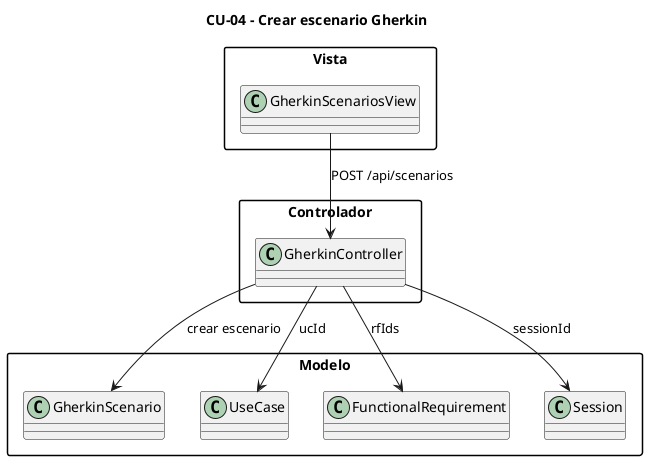
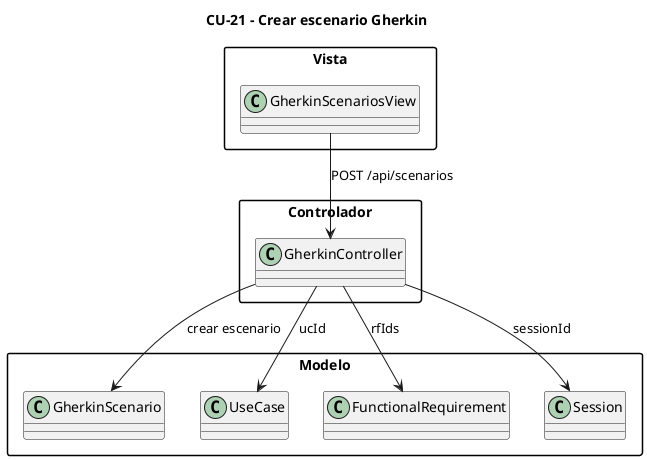
@startuml
skinparam packageStyle rectangle
skinparam shadowing false
skinparam classAttributeIconSize 0

- title CU-04 - Crear escenario Gherkin
+ title CU-21 - Crear escenario Gherkin

package "Vista" {
  class GherkinScenariosView
}

package "Controlador" {
  class GherkinController
}

package "Modelo" {
  class GherkinScenario
  class UseCase
  class FunctionalRequirement
  class Session
}

GherkinScenariosView --> GherkinController : POST /api/scenarios
GherkinController --> GherkinScenario : crear escenario
GherkinController --> UseCase : ucId
GherkinController --> FunctionalRequirement : rfIds
GherkinController --> Session : sessionId

@enduml
